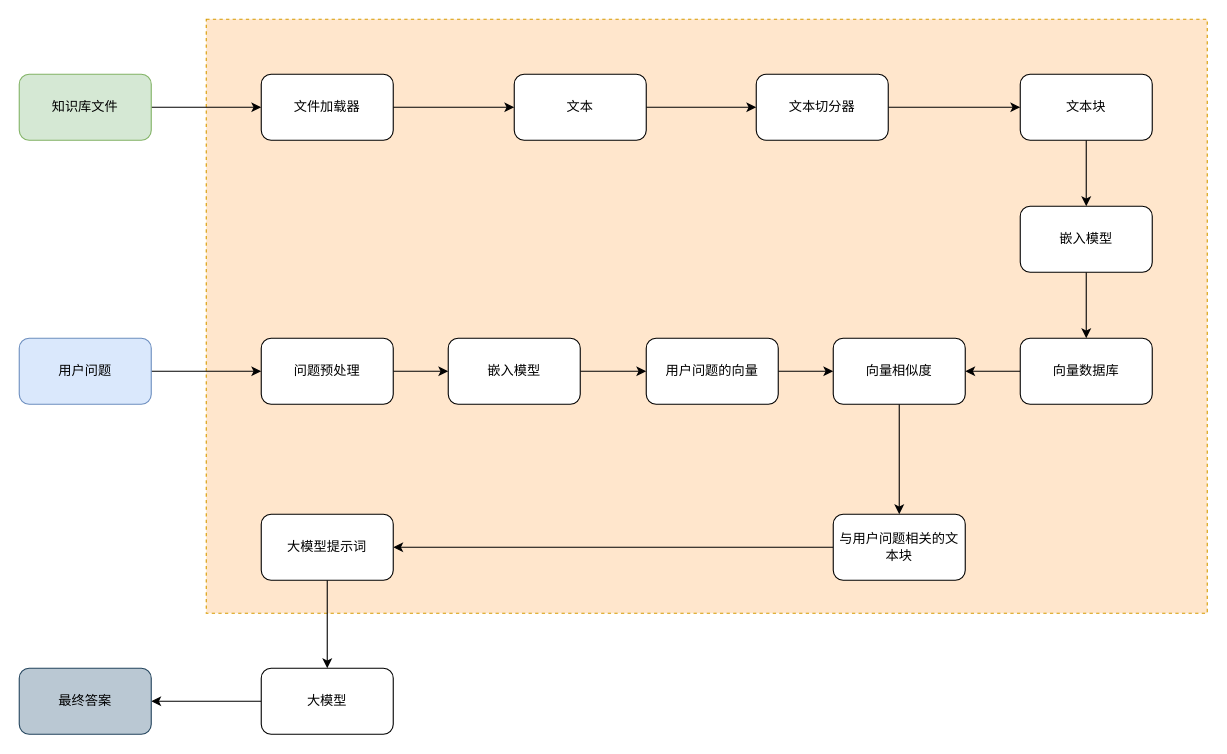
Earlier version of the draw.io diagram 制度问答（粗颗粒）.drawio (LayneZale/Draw.io). Source tidied: cells renumbered, new cells numbered last; positions are measured from the earlier drawing's top-left corner, leaving out a move shared by most shapes. Both pictures are drawn from the tidied source at 110%, with x=0, y=0 at pixel (19, 19).
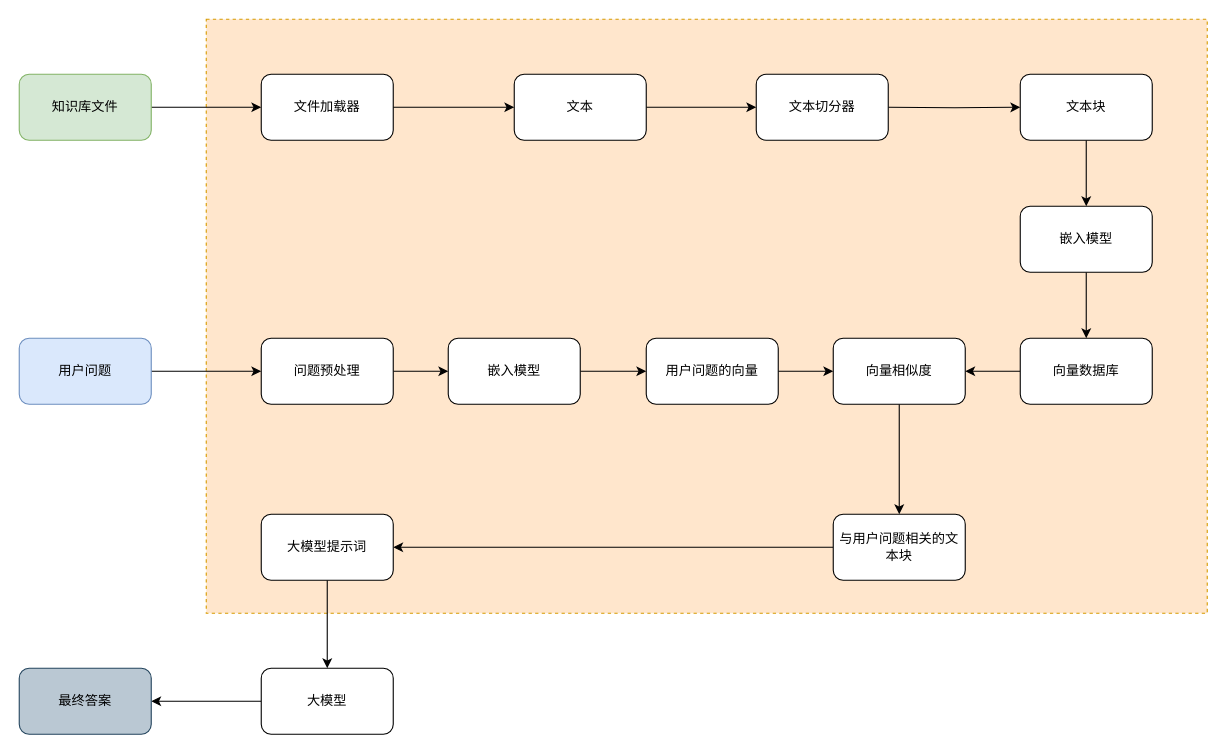
The same page after the edit.

Commit message (it also covers changes not shown here):
更新制度问答（粗颗粒）.drawio

Unchanged cells that the change refers to:
```xml
<mxCell id="4" value="文本切分器" style="rounded=1;whiteSpace=wrap;html=1;" parent="1" vertex="1">
  <mxGeometry x="670" y="50" width="120" height="60" as="geometry" />
</mxCell>
<mxCell id="16" value="文本块" style="rounded=1;whiteSpace=wrap;html=1;" parent="1" vertex="1">
  <mxGeometry x="910" y="50" width="120" height="60" as="geometry" />
</mxCell>
```

The edit, as a diff of the source:
```diff
@@
-    <mxCell id="3" style="edgeStyle=orthogonalEdgeStyle;rounded=0;jettySize=auto;html=1;exitX=1;exitY=0.5;exitDx=0;exitDy=0;entryX=0;entryY=0.5;entryDx=0;entryDy=0;" parent="1" edge="1" source="4" target="16">
-      <mxGeometry relative="1" as="geometry" />
+    <mxCell id="3" style="edgeStyle=orthogonalEdgeStyle;rounded=0;jettySize=auto;html=1;entryX=0;entryY=0.5;entryDx=0;entryDy=0;" parent="1" edge="1" target="16">
+      <mxGeometry relative="1" as="geometry">
+        <mxPoint x="790" y="80" as="sourcePoint" />
+      </mxGeometry>
     </mxCell>
```
